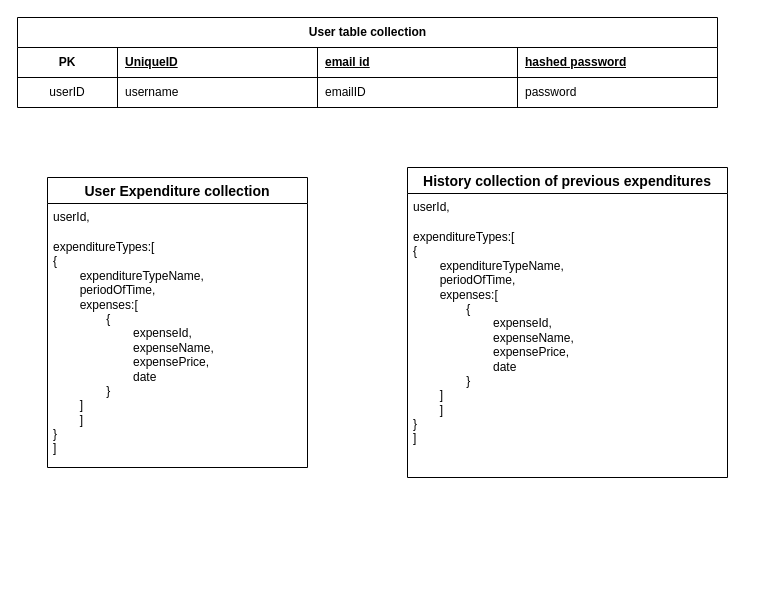
Before: page "Database schema" (5 of 6) of budgetTrackerApp.drawio in sathishsekarss/drawIOFiles, a draw.io diagram. Source tidied: cells renumbered, new cells numbered last; positions are measured from the earlier drawing's top-left corner, leaving out a move shared by most shapes. Both pictures are drawn from the tidied source at 100%, with x=0, y=0 at pixel (17, 17).
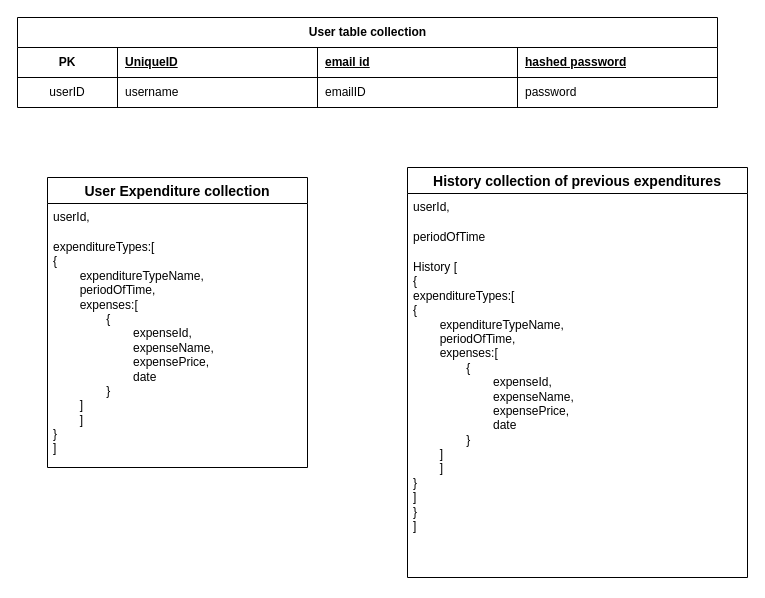
The same page after the edit.

What changed in the source:
```diff
@@
 <mxGraphModel>
   <root>
     <mxCell id="0" />
     <mxCell id="1" parent="0" />
     <mxCell id="2" value="User table collection" style="shape=table;startSize=30;childLayout=tableLayout;rowLines=0;fontStyle=1;align=center;html=1;" parent="1" vertex="1">
       <mxGeometry width="700" height="90" as="geometry" />
     </mxCell>
     <mxCell id="3" style="shape=tableRow;horizontal=0;startSize=0;swimlaneHead=0;swimlaneBody=0;fillColor=none;top=0;left=0;right=0;bottom=1;" parent="2" vertex="1">
       <mxGeometry y="30" width="700" height="30" as="geometry" />
     </mxCell>
     <mxCell id="4" value="PK" style="shape=partialRectangle;fillColor=none;top=0;left=0;bottom=0;right=0;fontStyle=1;overflow=hidden;whiteSpace=wrap;html=1;" parent="3" vertex="1">
       <mxGeometry width="100" height="30" as="geometry" />
     </mxCell>
     <mxCell id="5" value="UniqueID" style="shape=partialRectangle;fillColor=none;top=0;left=0;bottom=0;right=0;align=left;spacingLeft=6;fontStyle=5;overflow=hidden;whiteSpace=wrap;html=1;" parent="3" vertex="1">
       <mxGeometry x="100" width="200" height="30" as="geometry" />
     </mxCell>
     <mxCell id="6" value="email id" style="shape=partialRectangle;fillColor=none;top=0;left=0;bottom=0;right=0;align=left;spacingLeft=6;fontStyle=5;overflow=hidden;whiteSpace=wrap;html=1;" parent="3" vertex="1">
       <mxGeometry x="300" width="200" height="30" as="geometry" />
     </mxCell>
     <mxCell id="7" value="hashed password" style="shape=partialRectangle;fillColor=none;top=0;left=0;bottom=0;right=0;align=left;spacingLeft=6;fontStyle=5;overflow=hidden;whiteSpace=wrap;html=1;" parent="3" vertex="1">
       <mxGeometry x="500" width="200" height="30" as="geometry" />
     </mxCell>
     <mxCell id="8" style="shape=tableRow;horizontal=0;startSize=0;swimlaneHead=0;swimlaneBody=0;fillColor=none;top=0;left=0;right=0;bottom=0;" parent="2" vertex="1">
       <mxGeometry y="60" width="700" height="30" as="geometry" />
     </mxCell>
     <mxCell id="9" value="userID" style="shape=partialRectangle;fillColor=none;top=0;left=0;bottom=0;right=0;overflow=hidden;whiteSpace=wrap;html=1;" parent="8" vertex="1">
       <mxGeometry width="100" height="30" as="geometry" />
     </mxCell>
     <mxCell id="10" value="username" style="shape=partialRectangle;fillColor=none;top=0;left=0;bottom=0;right=0;align=left;spacingLeft=6;overflow=hidden;whiteSpace=wrap;html=1;" parent="8" vertex="1">
       <mxGeometry x="100" width="200" height="30" as="geometry" />
     </mxCell>
     <mxCell id="11" value="emailID" style="shape=partialRectangle;fillColor=none;top=0;left=0;bottom=0;right=0;align=left;spacingLeft=6;overflow=hidden;whiteSpace=wrap;html=1;" parent="8" vertex="1">
       <mxGeometry x="300" width="200" height="30" as="geometry" />
     </mxCell>
     <mxCell id="12" value="password" style="shape=partialRectangle;fillColor=none;top=0;left=0;bottom=0;right=0;align=left;spacingLeft=6;overflow=hidden;whiteSpace=wrap;html=1;" parent="8" vertex="1">
       <mxGeometry x="500" width="200" height="30" as="geometry" />
     </mxCell>
     <mxCell id="13" value="User Expenditure collection" style="swimlane;fontStyle=1;horizontal=1;startSize=26;align=center;fontSize=14;" parent="1" vertex="1">
       <mxGeometry x="30" y="160" width="260" height="290" as="geometry" />
     </mxCell>
     <mxCell id="14" value="userId," style="text;strokeColor=none;fillColor=none;spacingLeft=4;spacingRight=4;overflow=hidden;fontSize=12;whiteSpace=wrap;html=1;" parent="13" vertex="1">
       <mxGeometry y="26" width="260" height="30" as="geometry" />
     </mxCell>
     <mxCell id="15" value="expenditureTypes:[&lt;div&gt;{&lt;div&gt;&lt;span style=&quot;white-space: pre;&quot;&gt;&#9;&lt;/span&gt;expenditureTypeName,&lt;/div&gt;&lt;div&gt;&lt;span style=&quot;white-space: pre;&quot;&gt;&#9;&lt;/span&gt;periodOfTime,&lt;br&gt;&lt;div&gt;&lt;span style=&quot;white-space: pre;&quot;&gt;&#9;&lt;/span&gt;expenses:[&lt;/div&gt;&lt;div&gt;&lt;span style=&quot;white-space: pre;&quot;&gt;&#9;&lt;/span&gt;&lt;span style=&quot;white-space: pre;&quot;&gt;&#9;&lt;/span&gt;{&lt;/div&gt;&lt;div&gt;&lt;span style=&quot;white-space: pre;&quot;&gt;&#9;&lt;/span&gt;&lt;span style=&quot;white-space: pre;&quot;&gt;&#9;&lt;/span&gt;&lt;span style=&quot;white-space: pre;&quot;&gt;&#9;&lt;/span&gt;expenseId,&lt;br&gt;&lt;/div&gt;&lt;div&gt;&lt;span style=&quot;white-space: pre;&quot;&gt;&#9;&lt;/span&gt;&lt;span style=&quot;white-space: pre;&quot;&gt;&#9;&lt;/span&gt;&lt;span style=&quot;white-space: pre;&quot;&gt;&#9;&lt;/span&gt;expenseName,&lt;/div&gt;&lt;div&gt;&lt;span style=&quot;white-space: pre;&quot;&gt;&#9;&lt;/span&gt;&lt;span style=&quot;white-space: pre;&quot;&gt;&#9;&lt;/span&gt;&lt;span style=&quot;white-space: pre;&quot;&gt;&#9;&lt;/span&gt;expensePrice,&lt;/div&gt;&lt;div&gt;&lt;span style=&quot;white-space: pre;&quot;&gt;&#9;&lt;/span&gt;&lt;span style=&quot;white-space: pre;&quot;&gt;&#9;&lt;/span&gt;&lt;span style=&quot;white-space: pre;&quot;&gt;&#9;&lt;/span&gt;date&lt;/div&gt;&lt;div&gt;&lt;span style=&quot;white-space: pre;&quot;&gt;&#9;&lt;/span&gt;&lt;span style=&quot;white-space: pre;&quot;&gt;&#9;&lt;/span&gt;}&lt;/div&gt;&lt;div&gt;&lt;span style=&quot;white-space: pre;&quot;&gt;&#9;&lt;/span&gt;]&lt;/div&gt;&lt;div&gt;&lt;span style=&quot;white-space: pre;&quot;&gt;&#9;&lt;/span&gt;]&lt;br&gt;}&lt;/div&gt;&lt;div&gt;]&lt;/div&gt;&lt;/div&gt;&lt;/div&gt;" style="text;strokeColor=none;fillColor=none;spacingLeft=4;spacingRight=4;overflow=hidden;fontSize=12;whiteSpace=wrap;html=1;" parent="13" vertex="1">
       <mxGeometry y="56" width="260" height="234" as="geometry" />
     </mxCell>
     <mxCell id="16" value="History collection of previous expenditures" style="swimlane;fontStyle=1;horizontal=1;startSize=26;align=center;fontSize=14;" parent="1" vertex="1">
-      <mxGeometry x="390" y="150" width="320" height="310" as="geometry" />
+      <mxGeometry x="390" y="150" width="340" height="410" as="geometry" />
     </mxCell>
     <mxCell id="17" value="userId," style="text;strokeColor=none;fillColor=none;spacingLeft=4;spacingRight=4;overflow=hidden;fontSize=12;whiteSpace=wrap;html=1;" parent="16" vertex="1">
-      <mxGeometry y="26" width="320" height="30" as="geometry" />
+      <mxGeometry y="26" width="340" height="30" as="geometry" />
     </mxCell>
+    <mxCell id="19" value="periodOfTime" style="text;strokeColor=none;fillColor=none;spacingLeft=4;spacingRight=4;overflow=hidden;fontSize=12;whiteSpace=wrap;html=1;" parent="16" vertex="1">
+      <mxGeometry y="56" width="340" height="30" as="geometry" />
+    </mxCell>
-    <mxCell id="18" value="expenditureTypes:[&lt;div&gt;{&lt;div&gt;&lt;span style=&quot;white-space: pre;&quot;&gt;&#9;&lt;/span&gt;expenditureTypeName,&lt;/div&gt;&lt;div&gt;&lt;span style=&quot;white-space: pre;&quot;&gt;&#9;&lt;/span&gt;periodOfTime,&lt;br&gt;&lt;div&gt;&lt;span style=&quot;white-space: pre;&quot;&gt;&#9;&lt;/span&gt;expenses:[&lt;/div&gt;&lt;div&gt;&lt;span style=&quot;white-space: pre;&quot;&gt;&#9;&lt;/span&gt;&lt;span style=&quot;white-space: pre;&quot;&gt;&#9;&lt;/span&gt;{&lt;/div&gt;&lt;div&gt;&lt;span style=&quot;white-space: pre;&quot;&gt;&#9;&lt;/span&gt;&lt;span style=&quot;white-space: pre;&quot;&gt;&#9;&lt;/span&gt;&lt;span style=&quot;white-space: pre;&quot;&gt;&#9;&lt;/span&gt;expenseId,&lt;br&gt;&lt;/div&gt;&lt;div&gt;&lt;span style=&quot;white-space: pre;&quot;&gt;&#9;&lt;/span&gt;&lt;span style=&quot;white-space: pre;&quot;&gt;&#9;&lt;/span&gt;&lt;span style=&quot;white-space: pre;&quot;&gt;&#9;&lt;/span&gt;expenseName,&lt;/div&gt;&lt;div&gt;&lt;span style=&quot;white-space: pre;&quot;&gt;&#9;&lt;/span&gt;&lt;span style=&quot;white-space: pre;&quot;&gt;&#9;&lt;/span&gt;&lt;span style=&quot;white-space: pre;&quot;&gt;&#9;&lt;/span&gt;expensePrice,&lt;/div&gt;&lt;div&gt;&lt;span style=&quot;white-space: pre;&quot;&gt;&#9;&lt;/span&gt;&lt;span style=&quot;white-space: pre;&quot;&gt;&#9;&lt;/span&gt;&lt;span style=&quot;white-space: pre;&quot;&gt;&#9;&lt;/span&gt;date&lt;/div&gt;&lt;div&gt;&lt;span style=&quot;white-space: pre;&quot;&gt;&#9;&lt;/span&gt;&lt;span style=&quot;white-space: pre;&quot;&gt;&#9;&lt;/span&gt;}&lt;/div&gt;&lt;div&gt;&lt;span style=&quot;white-space: pre;&quot;&gt;&#9;&lt;/span&gt;]&lt;/div&gt;&lt;div&gt;&lt;span style=&quot;white-space: pre;&quot;&gt;&#9;&lt;/span&gt;]&lt;br&gt;}&lt;/div&gt;&lt;div&gt;]&lt;/div&gt;&lt;/div&gt;&lt;/div&gt;" style="text;strokeColor=none;fillColor=none;spacingLeft=4;spacingRight=4;overflow=hidden;fontSize=12;whiteSpace=wrap;html=1;" parent="16" vertex="1">
-      <mxGeometry y="56" width="320" height="254" as="geometry" />
+    <mxCell id="18" value="History [&lt;div&gt;{&lt;/div&gt;&lt;div&gt;expenditureTypes:[&lt;div&gt;{&lt;div&gt;&lt;span style=&quot;white-space: pre;&quot;&gt;&#9;&lt;/span&gt;expenditureTypeName,&lt;/div&gt;&lt;div&gt;&lt;span style=&quot;white-space: pre;&quot;&gt;&#9;&lt;/span&gt;periodOfTime,&lt;br&gt;&lt;div&gt;&lt;span style=&quot;white-space: pre;&quot;&gt;&#9;&lt;/span&gt;expenses:[&lt;/div&gt;&lt;div&gt;&lt;span style=&quot;white-space: pre;&quot;&gt;&#9;&lt;/span&gt;&lt;span style=&quot;white-space: pre;&quot;&gt;&#9;&lt;/span&gt;{&lt;/div&gt;&lt;div&gt;&lt;span style=&quot;white-space: pre;&quot;&gt;&#9;&lt;/span&gt;&lt;span style=&quot;white-space: pre;&quot;&gt;&#9;&lt;/span&gt;&lt;span style=&quot;white-space: pre;&quot;&gt;&#9;&lt;/span&gt;expenseId,&lt;br&gt;&lt;/div&gt;&lt;div&gt;&lt;span style=&quot;white-space: pre;&quot;&gt;&#9;&lt;/span&gt;&lt;span style=&quot;white-space: pre;&quot;&gt;&#9;&lt;/span&gt;&lt;span style=&quot;white-space: pre;&quot;&gt;&#9;&lt;/span&gt;expenseName,&lt;/div&gt;&lt;div&gt;&lt;span style=&quot;white-space: pre;&quot;&gt;&#9;&lt;/span&gt;&lt;span style=&quot;white-space: pre;&quot;&gt;&#9;&lt;/span&gt;&lt;span style=&quot;white-space: pre;&quot;&gt;&#9;&lt;/span&gt;expensePrice,&lt;/div&gt;&lt;div&gt;&lt;span style=&quot;white-space: pre;&quot;&gt;&#9;&lt;/span&gt;&lt;span style=&quot;white-space: pre;&quot;&gt;&#9;&lt;/span&gt;&lt;span style=&quot;white-space: pre;&quot;&gt;&#9;&lt;/span&gt;date&lt;/div&gt;&lt;div&gt;&lt;span style=&quot;white-space: pre;&quot;&gt;&#9;&lt;/span&gt;&lt;span style=&quot;white-space: pre;&quot;&gt;&#9;&lt;/span&gt;}&lt;/div&gt;&lt;div&gt;&lt;span style=&quot;white-space: pre;&quot;&gt;&#9;&lt;/span&gt;]&lt;/div&gt;&lt;div&gt;&lt;span style=&quot;white-space: pre;&quot;&gt;&#9;&lt;/span&gt;]&lt;br&gt;}&lt;/div&gt;&lt;div&gt;]&lt;/div&gt;&lt;/div&gt;&lt;/div&gt;&lt;/div&gt;&lt;div&gt;}&lt;/div&gt;&lt;div&gt;]&lt;/div&gt;" style="text;strokeColor=none;fillColor=none;spacingLeft=4;spacingRight=4;overflow=hidden;fontSize=12;whiteSpace=wrap;html=1;" parent="16" vertex="1">
+      <mxGeometry y="86" width="340" height="324" as="geometry" />
     </mxCell>
   </root>
 </mxGraphModel>
```
